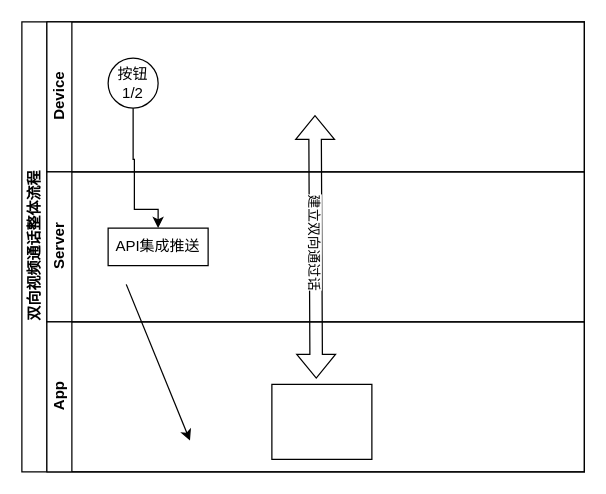
Above: cloudbirds/双向视频通话整体流程.drawio in luoyongshun/framework (draw.io), before the change. Source tidied: cells renumbered, new cells numbered last; positions are measured from the earlier drawing's top-left corner, leaving out a move shared by most shapes. Both pictures are drawn from the tidied source at 125%, with x=0, y=0 at pixel (21, 21).
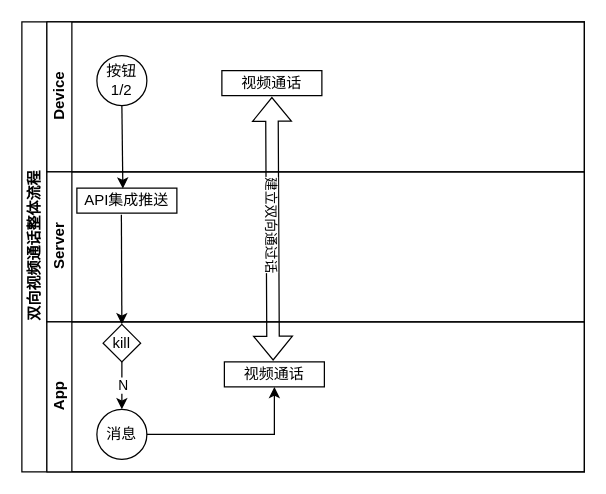
The same page after the edit.

Commit message (it also covers changes not shown here):
更新双向视频通话整体流程.drawio

Unchanged cells that the change refers to:
```xml
<mxCell id="2" value="双向视频通话整体流程" style="swimlane;html=1;horizontal=0;startSize=20;" parent="1" vertex="1">
  <mxGeometry width="450" height="360" as="geometry" />
</mxCell>
<mxCell id="3" value="Device" style="swimlane;html=1;startSize=20;horizontal=0;" parent="2" vertex="1">
  <mxGeometry x="20" width="430" height="120" as="geometry" />
</mxCell>
<mxCell id="8" value="Server" style="swimlane;html=1;startSize=20;horizontal=0;" parent="2" vertex="1">
  <mxGeometry x="20" y="120" width="430" height="120" as="geometry" />
</mxCell>
<mxCell id="10" value="App" style="swimlane;html=1;startSize=20;horizontal=0;" parent="2" vertex="1">
  <mxGeometry x="20" y="240" width="430" height="120" as="geometry" />
</mxCell>
```

What changed in the source:
```diff
@@
     <mxCell id="4" value="按钮1/2" style="ellipse;whiteSpace=wrap;html=1;" parent="3" vertex="1">
-      <mxGeometry x="49" y="29" width="40" height="40" as="geometry" />
+      <mxGeometry x="40" y="27" width="40" height="40" as="geometry" />
     </mxCell>
-    <mxCell id="5" style="shape=flexArrow;endArrow=classic;startArrow=classic;html=1;rounded=0;entryX=0.5;entryY=1;entryDx=0;entryDy=0;exitX=0.5;exitY=0;exitDx=0;exitDy=0;" parent="3" edge="1">
-      <mxGeometry relative="1" as="geometry">
-        <mxPoint x="215.5" y="285.5" as="sourcePoint" />
-        <mxPoint x="214.5" y="74.5" as="targetPoint" />
-      </mxGeometry>
-    </mxCell>
-    <mxCell id="6" value="建立双向通过话" style="edgeLabel;html=1;align=center;verticalAlign=middle;rotation=90;" parent="5" vertex="1">
-      <mxGeometry x="0.03" relative="1" as="geometry" />
-    </mxCell>
-    <mxCell id="7" style="edgeStyle=orthogonalEdgeStyle;rounded=0;jettySize=auto;html=1;exitX=0.5;exitY=1;exitDx=0;exitDy=0;entryX=0.5;entryY=0;entryDx=0;entryDy=0;" parent="3" edge="1" source="4" target="9">
-      <mxGeometry relative="1" as="geometry">
-        <Array as="points">
-          <mxPoint x="69" y="110" />
-          <mxPoint x="70" y="110" />
-          <mxPoint x="70" y="150" />
-        </Array>
-      </mxGeometry>
-    </mxCell>
+    <mxCell id="13" value="视频通话" style="rounded=0;whiteSpace=wrap;html=1;fontFamily=Helvetica;fontSize=12;fontColor=#000000;align=center;" parent="3" vertex="1">
+      <mxGeometry x="140" y="39" width="80" height="20" as="geometry" />
+    </mxCell>
@@
     <mxCell id="9" value="API集成推送" style="rounded=0;whiteSpace=wrap;html=1;fontFamily=Helvetica;fontSize=12;fontColor=#000000;align=center;" parent="8" vertex="1">
-      <mxGeometry x="49" y="45" width="80" height="30" as="geometry" />
+      <mxGeometry x="24" y="13" width="80" height="20" as="geometry" />
     </mxCell>
@@
-    <mxCell id="11" style="rounded=0;whiteSpace=wrap;html=1;fontFamily=Helvetica;fontSize=12;fontColor=#000000;align=center;" parent="10" vertex="1">
-      <mxGeometry x="180" y="50" width="80" height="60" as="geometry" />
+    <mxCell id="11" value="视频通话" style="rounded=0;whiteSpace=wrap;html=1;fontFamily=Helvetica;fontSize=12;fontColor=#000000;align=center;" parent="10" vertex="1">
+      <mxGeometry x="142" y="32" width="80" height="20" as="geometry" />
     </mxCell>
-    <mxCell id="12" style="endArrow=classic;html=1;rounded=0;exitX=0.5;exitY=1;exitDx=0;exitDy=0;" parent="10" edge="1">
-      <mxGeometry relative="1" as="geometry">
-        <mxPoint x="63.5" y="-30" as="sourcePoint" />
-        <mxPoint x="114.5" y="95" as="targetPoint" />
-      </mxGeometry>
-    </mxCell>
+    <mxCell id="5" style="shape=flexArrow;endArrow=classic;startArrow=classic;html=1;rounded=0;entryX=0.5;entryY=1;entryDx=0;entryDy=0;exitX=0.5;exitY=0;exitDx=0;exitDy=0;" parent="10" edge="1">
+      <mxGeometry relative="1" as="geometry">
+        <mxPoint x="181" y="31" as="sourcePoint" />
+        <mxPoint x="180" y="-180" as="targetPoint" />
+      </mxGeometry>
+    </mxCell>
+    <mxCell id="6" value="建立双向通过话" style="edgeLabel;html=1;align=center;verticalAlign=middle;rotation=90;" parent="5" vertex="1">
+      <mxGeometry x="0.03" relative="1" as="geometry" />
+    </mxCell>
+    <mxCell id="14" value="消息" style="ellipse;whiteSpace=wrap;html=1;" parent="10" vertex="1">
+      <mxGeometry x="40" y="70" width="40" height="40" as="geometry" />
+    </mxCell>
+    <mxCell id="15" style="endArrow=classic;html=1;rounded=0;exitX=1;exitY=0.5;exitDx=0;exitDy=0;entryX=0.5;entryY=1;entryDx=0;entryDy=0;" parent="10" edge="1" source="14" target="11">
+      <mxGeometry relative="1" as="geometry">
+        <Array as="points">
+          <mxPoint x="182" y="90" />
+        </Array>
+      </mxGeometry>
+    </mxCell>
+    <mxCell id="16" value="kill" style="rhombus;whiteSpace=wrap;html=1;" parent="10" vertex="1">
+      <mxGeometry x="45" y="2" width="30" height="30" as="geometry" />
+    </mxCell>
+    <mxCell id="17" style="endArrow=classic;html=1;rounded=0;exitX=0.5;exitY=1;exitDx=0;exitDy=0;entryX=0.5;entryY=0;entryDx=0;entryDy=0;" parent="10" edge="1" source="16" target="14">
+      <mxGeometry relative="1" as="geometry" />
+    </mxCell>
+    <mxCell id="18" value="N" style="edgeLabel;html=1;align=center;verticalAlign=middle;" parent="17" vertex="1">
+      <mxGeometry x="-0.04" relative="1" as="geometry" />
+    </mxCell>
+    <mxCell id="19" style="endArrow=classic;html=1;rounded=0;exitX=0.5;exitY=1;exitDx=0;exitDy=0;entryX=0.373;entryY=0.019;entryDx=0;entryDy=0;entryPerimeter=0;" parent="2" edge="1" source="4">
+      <mxGeometry relative="1" as="geometry">
+        <mxPoint x="80.8" y="133.4" as="targetPoint" />
+      </mxGeometry>
+    </mxCell>
+    <mxCell id="20" style="endArrow=classic;html=1;rounded=0;exitX=0.445;exitY=1.064;exitDx=0;exitDy=0;entryX=0.5;entryY=0;entryDx=0;entryDy=0;exitPerimeter=0;" parent="2" edge="1" source="9" target="16">
+      <mxGeometry relative="1" as="geometry" />
+    </mxCell>
```
